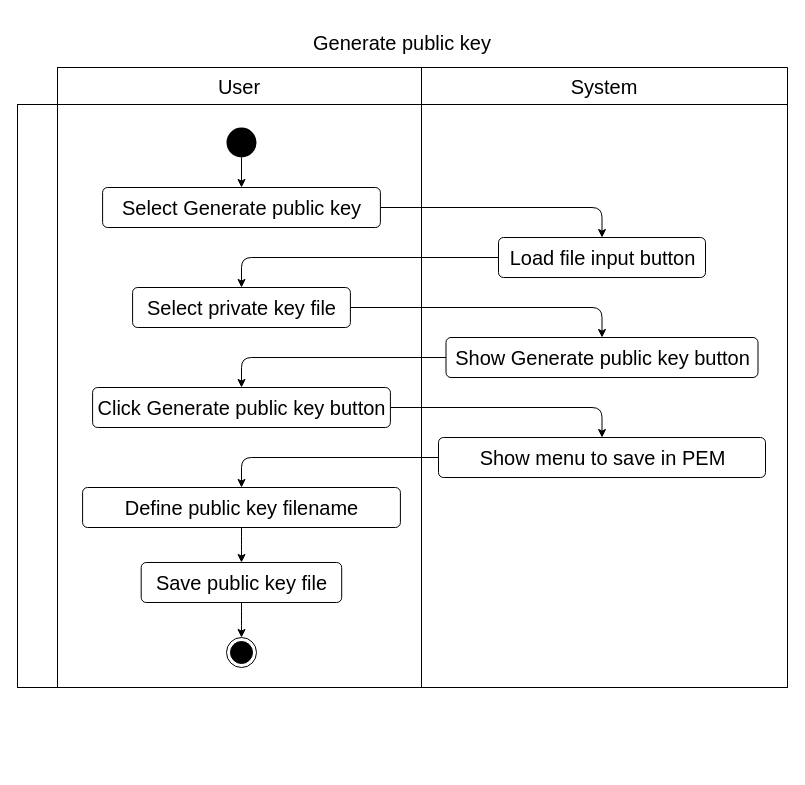
This is diagrams/activities/generate-public-key.drawio from luvitale/inti-digital-signature, a draw.io file, before an edit. Source tidied: cells renumbered, new cells numbered last; positions are measured from the earlier drawing's top-left corner, leaving out a move shared by most shapes. Both pictures are drawn from the tidied source at 100%, with x=0, y=0 at pixel (17, 17).
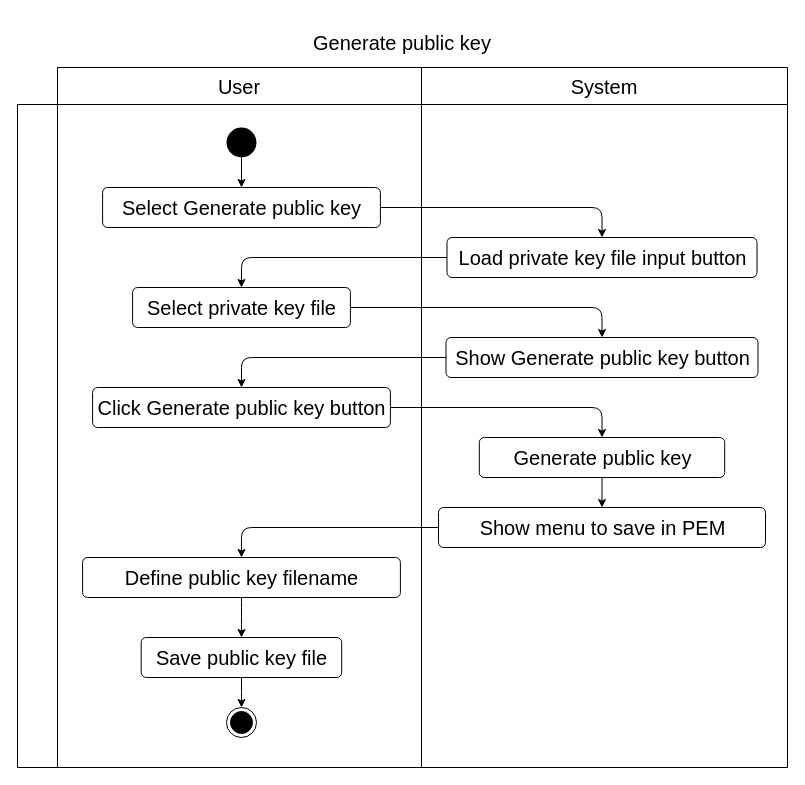
After the change.

Commit message (it also covers changes not shown here):
Done activity diagrams

Unchanged cells that the change refers to:
```xml
<mxCell id="20" value="Click Generate public key button" style="html=1;align=center;verticalAlign=middle;rounded=1;absoluteArcSize=1;arcSize=10;dashed=0;fontSize=20;" parent="1" vertex="1">
  <mxGeometry x="75.1" y="370" width="297.8" height="40" as="geometry" />
</mxCell>
```

Diff of the diagram source:
```diff
@@
     <mxCell id="2" value="Generate public key" style="shape=table;html=1;whiteSpace=wrap;startSize=50;childLayout=tableLayout;fillColor=none;swimlaneFillColor=none;strokeColor=none;fontSize=20;" parent="1" vertex="1">
-      <mxGeometry width="770" height="670" as="geometry" />
+      <mxGeometry width="770" height="750" as="geometry" />
     </mxCell>
@@
     <mxCell id="7" style="shape=partialRectangle;html=1;whiteSpace=wrap;fillColor=none;top=1;left=1;bottom=1;right=1;fontSize=20;" parent="2" vertex="1">
-      <mxGeometry y="87" width="770" height="583" as="geometry" />
+      <mxGeometry y="87" width="770" height="663" as="geometry" />
     </mxCell>
     <mxCell id="8" style="shape=partialRectangle;html=1;whiteSpace=wrap;fillColor=none;top=1;left=1;bottom=1;right=1;overflow=hidden;horizontal=0;fontSize=20;" parent="7" vertex="1">
-      <mxGeometry width="40" height="583" as="geometry" />
+      <mxGeometry width="40" height="663" as="geometry" />
     </mxCell>
     <mxCell id="9" style="shape=partialRectangle;html=1;whiteSpace=wrap;fillColor=none;top=1;left=1;bottom=1;right=1;overflow=hidden;fontSize=20;" parent="7" vertex="1">
-      <mxGeometry x="40" width="364" height="583" as="geometry" />
+      <mxGeometry x="40" width="364" height="663" as="geometry" />
     </mxCell>
     <mxCell id="10" style="shape=partialRectangle;html=1;whiteSpace=wrap;fillColor=none;top=1;left=1;bottom=1;right=1;overflow=hidden;fontSize=20;" parent="7" vertex="1">
-      <mxGeometry x="404" width="366" height="583" as="geometry" />
+      <mxGeometry x="404" width="366" height="663" as="geometry" />
     </mxCell>
@@
-    <mxCell id="14" value="Load file input button" style="html=1;align=center;verticalAlign=middle;rounded=1;absoluteArcSize=1;arcSize=10;dashed=0;fontSize=20;" parent="1" vertex="1">
-      <mxGeometry x="481" y="220" width="207" height="40" as="geometry" />
+    <mxCell id="14" value="Load private key file input button" style="html=1;align=center;verticalAlign=middle;rounded=1;absoluteArcSize=1;arcSize=10;dashed=0;fontSize=20;" parent="1" vertex="1">
+      <mxGeometry x="429.5" y="220" width="310" height="40" as="geometry" />
     </mxCell>
@@
-    <mxCell id="19" style="edgeStyle=orthogonalEdgeStyle;html=1;fontSize=20;" parent="1" edge="1" source="20" target="22">
-      <mxGeometry relative="1" as="geometry" />
-    </mxCell>
+    <mxCell id="30" style="edgeStyle=orthogonalEdgeStyle;html=1;" parent="1" edge="1" source="20" target="32">
+      <mxGeometry relative="1" as="geometry" />
+    </mxCell>
@@
     <mxCell id="22" value="Show menu to save in PEM" style="html=1;align=center;verticalAlign=middle;rounded=1;absoluteArcSize=1;arcSize=10;dashed=0;fontSize=20;" parent="1" vertex="1">
-      <mxGeometry x="421" y="420" width="327" height="40" as="geometry" />
+      <mxGeometry x="421" y="490" width="327" height="40" as="geometry" />
     </mxCell>
@@
     <mxCell id="24" value="Define public key filename" style="html=1;align=center;verticalAlign=middle;rounded=1;absoluteArcSize=1;arcSize=10;dashed=0;fontSize=20;" parent="1" vertex="1">
-      <mxGeometry x="65.1" y="470" width="317.8" height="40" as="geometry" />
+      <mxGeometry x="65.1" y="540" width="317.8" height="40" as="geometry" />
     </mxCell>
@@
     <mxCell id="26" value="Save public key file" style="html=1;align=center;verticalAlign=middle;rounded=1;absoluteArcSize=1;arcSize=10;dashed=0;fontSize=20;" parent="1" vertex="1">
-      <mxGeometry x="123.7" y="545" width="200.5" height="40" as="geometry" />
+      <mxGeometry x="123.7" y="620" width="200.5" height="40" as="geometry" />
     </mxCell>
@@
     <mxCell id="29" style="ellipse;html=1;shape=endState;fillColor=#000000;strokeColor=#000000;fontSize=20;" parent="1" vertex="1">
-      <mxGeometry x="209" y="620" width="30" height="30" as="geometry" />
+      <mxGeometry x="209" y="690" width="30" height="30" as="geometry" />
     </mxCell>
+    <mxCell id="31" style="edgeStyle=orthogonalEdgeStyle;html=1;" parent="1" edge="1" source="32" target="22">
+      <mxGeometry relative="1" as="geometry" />
+    </mxCell>
+    <mxCell id="32" value="Generate public key" style="html=1;align=center;verticalAlign=middle;rounded=1;absoluteArcSize=1;arcSize=10;dashed=0;fontSize=20;" parent="1" vertex="1">
+      <mxGeometry x="461.8" y="420" width="245.4" height="40" as="geometry" />
+    </mxCell>
```
